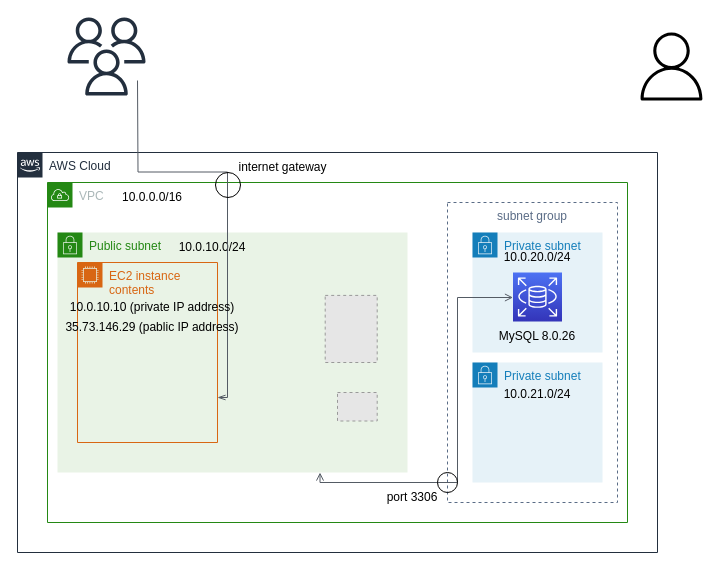
Before: Infrastructure.drawio in matsu1226/rails_sakisuru, a draw.io diagram. Source tidied: cells renumbered, new cells numbered last; positions are measured from the earlier drawing's top-left corner, leaving out a move shared by most shapes. Both pictures are drawn from the tidied source at 100%, with x=0, y=0 at pixel (17, 17). Pictures stored in the file or linked from it are replaced by grey dashed boxes.
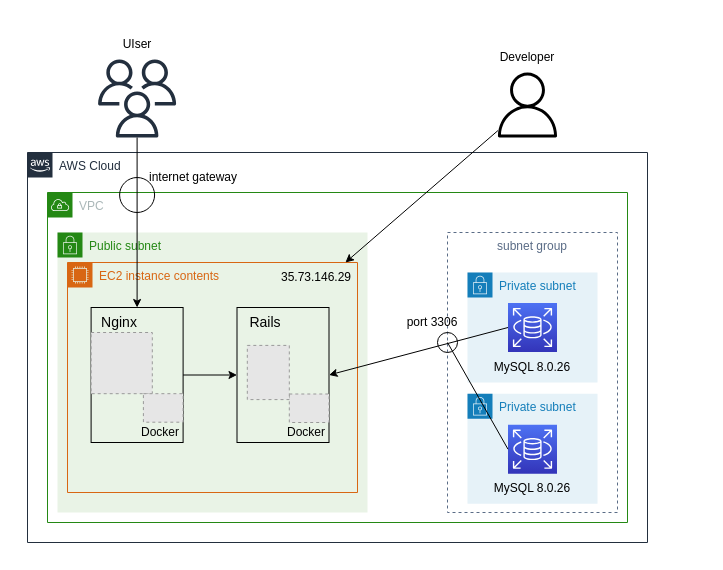
Above is the later version.

Commit message (it also covers changes not shown here):
AWSの設定完了/インフラ図とREADMEの作成 #27

What changed in the source:
```diff
@@
-    <mxCell id="2" value="AWS Cloud" style="gradientColor=none;html=1;whiteSpace=wrap;fontSize=12;fontStyle=0;shape=mxgraph.aws4.group;grIcon=mxgraph.aws4.group_aws_cloud_alt;strokeColor=#232F3E;fillColor=none;verticalAlign=top;align=left;spacingLeft=30;fontColor=#232F3E;dashed=0;" parent="1" vertex="1">
-      <mxGeometry y="135" width="640" height="400" as="geometry" />
+    <mxCell id="2" value="AWS Cloud" style="gradientColor=none;html=1;whiteSpace=wrap;fontSize=12;fontStyle=0;shape=mxgraph.aws4.group;grIcon=mxgraph.aws4.group_aws_cloud_alt;strokeColor=#232F3E;fillColor=none;verticalAlign=top;align=left;spacingLeft=30;fontColor=#232F3E;dashed=0;strokeWidth=1;" parent="1" vertex="1">
+      <mxGeometry x="10" y="135" width="620" height="390" as="geometry" />
     </mxCell>
     <mxCell id="3" value="VPC" style="gradientColor=none;html=1;whiteSpace=wrap;fontSize=12;fontStyle=0;shape=mxgraph.aws4.group;grIcon=mxgraph.aws4.group_vpc;strokeColor=#248814;fillColor=none;verticalAlign=top;align=left;spacingLeft=30;fontColor=#AAB7B8;dashed=0;" parent="1" vertex="1">
-      <mxGeometry x="30" y="165" width="580" height="340" as="geometry" />
+      <mxGeometry x="30" y="175" width="580" height="330" as="geometry" />
     </mxCell>
+    <mxCell id="5" value="Public subnet" style="points=[[0,0],[0.25,0],[0.5,0],[0.75,0],[1,0],[1,0.25],[1,0.5],[1,0.75],[1,1],[0.75,1],[0.5,1],[0.25,1],[0,1],[0,0.75],[0,0.5],[0,0.25]];outlineConnect=0;gradientColor=none;html=1;whiteSpace=wrap;fontSize=12;fontStyle=0;shape=mxgraph.aws4.group;grIcon=mxgraph.aws4.group_security_group;grStroke=0;strokeColor=#248814;fillColor=#E9F3E6;verticalAlign=top;align=left;spacingLeft=30;fontColor=#248814;dashed=0;" parent="1" vertex="1">
+      <mxGeometry x="40" y="215" width="310" height="280" as="geometry" />
+    </mxCell>
+    <mxCell id="19" value="EC2 instance contents" style="points=[[0,0],[0.25,0],[0.5,0],[0.75,0],[1,0],[1,0.25],[1,0.5],[1,0.75],[1,1],[0.75,1],[0.5,1],[0.25,1],[0,1],[0,0.75],[0,0.5],[0,0.25]];outlineConnect=0;gradientColor=none;html=1;whiteSpace=wrap;fontSize=12;fontStyle=0;shape=mxgraph.aws4.group;grIcon=mxgraph.aws4.group_ec2_instance_contents;strokeColor=#D86613;fillColor=none;verticalAlign=top;align=left;spacingLeft=30;fontColor=#D86613;dashed=0;" parent="1" vertex="1">
+      <mxGeometry x="50" y="245" width="290" height="230" as="geometry" />
+    </mxCell>
+    <mxCell id="21" value="&lt;font color=&quot;#000000&quot;&gt;35.73.146.29&lt;/font&gt;" style="text;html=1;strokeColor=none;fillColor=none;align=center;verticalAlign=middle;whiteSpace=wrap;rounded=0;" parent="1" vertex="1">
+      <mxGeometry x="258" y="245" width="82" height="30" as="geometry" />
+    </mxCell>
+    <mxCell id="27" style="rounded=0;whiteSpace=wrap;html=1;fillColor=none;strokeColor=#000000;" parent="1" vertex="1">
+      <mxGeometry x="73.6" y="290" width="92" height="135" as="geometry" />
+    </mxCell>
+    <mxCell id="28" style="rounded=0;whiteSpace=wrap;html=1;fillColor=none;strokeColor=#000000;" parent="1" vertex="1">
+      <mxGeometry x="219.5" y="290" width="92" height="135" as="geometry" />
+    </mxCell>
     <mxCell id="4" value="subnet group" style="fillColor=none;strokeColor=#5A6C86;dashed=1;verticalAlign=top;fontStyle=0;fontColor=#5A6C86;" parent="1" vertex="1">
-      <mxGeometry x="430" y="185" width="170" height="300" as="geometry" />
+      <mxGeometry x="430" y="215" width="170" height="280" as="geometry" />
     </mxCell>
-    <mxCell id="5" value="Public subnet" style="points=[[0,0],[0.25,0],[0.5,0],[0.75,0],[1,0],[1,0.25],[1,0.5],[1,0.75],[1,1],[0.75,1],[0.5,1],[0.25,1],[0,1],[0,0.75],[0,0.5],[0,0.25]];outlineConnect=0;gradientColor=none;html=1;whiteSpace=wrap;fontSize=12;fontStyle=0;shape=mxgraph.aws4.group;grIcon=mxgraph.aws4.group_security_group;grStroke=0;strokeColor=#248814;fillColor=#E9F3E6;verticalAlign=top;align=left;spacingLeft=30;fontColor=#248814;dashed=0;" parent="1" vertex="1">
-      <mxGeometry x="40" y="215" width="350" height="240" as="geometry" />
-    </mxCell>
     <mxCell id="6" value="Private subnet" style="gradientColor=none;html=1;whiteSpace=wrap;fontSize=12;fontStyle=0;shape=mxgraph.aws4.group;grIcon=mxgraph.aws4.group_security_group;grStroke=0;strokeColor=#147EBA;fillColor=#E6F2F8;verticalAlign=top;align=left;spacingLeft=30;fontColor=#147EBA;dashed=0;" parent="1" vertex="1">
-      <mxGeometry x="455" y="215" width="130" height="120" as="geometry" />
+      <mxGeometry x="450" y="255" width="130" height="110" as="geometry" />
     </mxCell>
     <mxCell id="7" style="outlineConnect=0;fontColor=#232F3E;gradientColor=none;fillColor=#000000;strokeColor=none;dashed=0;verticalLabelPosition=bottom;verticalAlign=top;align=center;html=1;fontSize=12;fontStyle=0;shape=mxgraph.aws4.user;" parent="1" vertex="1">
-      <mxGeometry x="620" y="15" width="68" height="68" as="geometry" />
+      <mxGeometry x="477.5" y="55" width="65" height="65" as="geometry" />
     </mxCell>
     <mxCell id="8" style="fillColor=#E6E6E6;strokeColor=#999999;dashed=1;verticalLabelPosition=bottom;labelBackgroundColor=#ffffff;verticalAlign=top;" parent="1" vertex="1">
-      <mxGeometry x="320" y="375" width="39.7" height="28.5" as="geometry" />
+      <mxGeometry x="271.8" y="376.5" width="39.7" height="28.5" as="geometry" />
     </mxCell>
     <mxCell id="9" style="fillColor=#E6E6E6;strokeColor=#999999;dashed=1;verticalLabelPosition=bottom;labelBackgroundColor=#ffffff;verticalAlign=top;" parent="1" vertex="1">
-      <mxGeometry x="307.7" y="277.9" width="52" height="67.1" as="geometry" />
+      <mxGeometry x="229.8" y="327.9" width="42" height="54.2" as="geometry" />
     </mxCell>
-    <mxCell id="10" value="&lt;font color=&quot;#000000&quot;&gt;10.0.0.0/16&lt;/font&gt;" style="text;html=1;strokeColor=none;fillColor=none;align=center;verticalAlign=middle;whiteSpace=wrap;rounded=0;" parent="1" vertex="1">
-      <mxGeometry x="90" y="165" width="90" height="30" as="geometry" />
-    </mxCell>
-    <mxCell id="11" value="&lt;font color=&quot;#000000&quot;&gt;10.0.10.0/24&lt;/font&gt;" style="text;html=1;strokeColor=none;fillColor=none;align=center;verticalAlign=middle;whiteSpace=wrap;rounded=0;" parent="1" vertex="1">
-      <mxGeometry x="150" y="215" width="90" height="30" as="geometry" />
-    </mxCell>
-    <mxCell id="12" value="&lt;font color=&quot;#000000&quot;&gt;10.0.20.0/24&lt;/font&gt;" style="text;html=1;strokeColor=none;fillColor=none;align=center;verticalAlign=middle;whiteSpace=wrap;rounded=0;" parent="1" vertex="1">
-      <mxGeometry x="475" y="225" width="90" height="30" as="geometry" />
-    </mxCell>
-    <mxCell id="13" style="edgeStyle=orthogonalEdgeStyle;html=1;endArrow=openThin;elbow=vertical;startArrow=none;endFill=0;strokeColor=#545B64;rounded=0;entryX=1;entryY=0.75;entryDx=0;entryDy=0;" parent="1" edge="1" target="19">
-      <mxGeometry relative="1" as="geometry">
-        <mxPoint x="120" y="63" as="sourcePoint" />
-      </mxGeometry>
-    </mxCell>
     <mxCell id="14" value="&lt;font color=&quot;#000000&quot;&gt;internet gateway&lt;/font&gt;" style="text;html=1;strokeColor=none;fillColor=none;align=center;verticalAlign=middle;whiteSpace=wrap;rounded=0;" parent="1" vertex="1">
-      <mxGeometry x="180" y="135" width="171" height="30" as="geometry" />
+      <mxGeometry x="125.9" y="145" width="100" height="30" as="geometry" />
     </mxCell>
     <mxCell id="15" value="Private subnet" style="gradientColor=none;html=1;whiteSpace=wrap;fontSize=12;fontStyle=0;shape=mxgraph.aws4.group;grIcon=mxgraph.aws4.group_security_group;grStroke=0;strokeColor=#147EBA;fillColor=#E6F2F8;verticalAlign=top;align=left;spacingLeft=30;fontColor=#147EBA;dashed=0;" parent="1" vertex="1">
-      <mxGeometry x="455" y="345" width="130" height="120" as="geometry" />
+      <mxGeometry x="450" y="376.2" width="130" height="110" as="geometry" />
     </mxCell>
-    <mxCell id="16" value="&lt;font color=&quot;#000000&quot;&gt;10.0.21.0/24&lt;/font&gt;" style="text;html=1;strokeColor=none;fillColor=none;align=center;verticalAlign=middle;whiteSpace=wrap;rounded=0;" parent="1" vertex="1">
-      <mxGeometry x="475" y="362.1" width="90" height="30" as="geometry" />
-    </mxCell>
-    <mxCell id="17" style="edgeStyle=orthogonalEdgeStyle;html=1;endArrow=open;elbow=vertical;startArrow=open;startFill=0;endFill=0;strokeColor=#545B64;rounded=0;exitX=0.75;exitY=1;exitDx=0;exitDy=0;" parent="1" edge="1" source="5" target="24">
-      <mxGeometry relative="1" as="geometry">
-        <Array as="points">
-          <mxPoint x="303" y="465" />
-          <mxPoint x="440" y="465" />
-          <mxPoint x="440" y="280" />
-        </Array>
-      </mxGeometry>
-    </mxCell>
     <mxCell id="18" value="&lt;font color=&quot;#000000&quot;&gt;port 3306&lt;/font&gt;" style="text;html=1;strokeColor=none;fillColor=none;align=center;verticalAlign=middle;whiteSpace=wrap;rounded=0;" parent="1" vertex="1">
-      <mxGeometry x="350" y="465" width="90" height="30" as="geometry" />
+      <mxGeometry x="370" y="290" width="90" height="30" as="geometry" />
     </mxCell>
-    <mxCell id="19" value="EC2 instance contents" style="points=[[0,0],[0.25,0],[0.5,0],[0.75,0],[1,0],[1,0.25],[1,0.5],[1,0.75],[1,1],[0.75,1],[0.5,1],[0.25,1],[0,1],[0,0.75],[0,0.5],[0,0.25]];outlineConnect=0;gradientColor=none;html=1;whiteSpace=wrap;fontSize=12;fontStyle=0;shape=mxgraph.aws4.group;grIcon=mxgraph.aws4.group_ec2_instance_contents;strokeColor=#D86613;fillColor=none;verticalAlign=top;align=left;spacingLeft=30;fontColor=#D86613;dashed=0;" parent="1" vertex="1">
-      <mxGeometry x="60" y="245" width="140" height="180" as="geometry" />
-    </mxCell>
-    <mxCell id="20" value="&lt;font color=&quot;#000000&quot;&gt;10.0.10.10 (private IP address)&lt;/font&gt;" style="text;html=1;strokeColor=none;fillColor=none;align=center;verticalAlign=middle;whiteSpace=wrap;rounded=0;" parent="1" vertex="1">
-      <mxGeometry x="45" y="275" width="180" height="30" as="geometry" />
-    </mxCell>
-    <mxCell id="21" value="&lt;font color=&quot;#000000&quot;&gt;35.73.146.29 (pablic IP address)&lt;/font&gt;" style="text;html=1;strokeColor=none;fillColor=none;align=center;verticalAlign=middle;whiteSpace=wrap;rounded=0;" parent="1" vertex="1">
-      <mxGeometry x="45" y="295" width="180" height="30" as="geometry" />
-    </mxCell>
     <mxCell id="22" style="outlineConnect=0;fontColor=#232F3E;gradientColor=none;fillColor=#232F3E;strokeColor=none;dashed=0;verticalLabelPosition=bottom;verticalAlign=top;align=center;html=1;fontSize=12;fontStyle=0;shape=mxgraph.aws4.users;" parent="1" vertex="1">
-      <mxGeometry x="50" width="78" height="78" as="geometry" />
+      <mxGeometry x="80.6" y="42" width="78" height="78" as="geometry" />
     </mxCell>
     <mxCell id="23" style="ellipse;whiteSpace=wrap;html=1;fillColor=none;strokeColor=#000000;" parent="1" vertex="1">
-      <mxGeometry x="198" y="155" width="25" height="25" as="geometry" />
+      <mxGeometry x="102.1" y="160" width="35" height="35" as="geometry" />
     </mxCell>
     <mxCell id="24" style="points=[[0,0,0],[0.25,0,0],[0.5,0,0],[0.75,0,0],[1,0,0],[0,1,0],[0.25,1,0],[0.5,1,0],[0.75,1,0],[1,1,0],[0,0.25,0],[0,0.5,0],[0,0.75,0],[1,0.25,0],[1,0.5,0],[1,0.75,0]];outlineConnect=0;fontColor=#232F3E;gradientColor=#4D72F3;gradientDirection=north;fillColor=#3334B9;strokeColor=#ffffff;dashed=0;verticalLabelPosition=bottom;verticalAlign=top;align=center;html=1;fontSize=12;fontStyle=0;shape=mxgraph.aws4.resourceIcon;resIcon=mxgraph.aws4.rds;" parent="1" vertex="1">
-      <mxGeometry x="495.5" y="255" width="49" height="49" as="geometry" />
+      <mxGeometry x="490.5" y="285.5" width="49" height="49" as="geometry" />
     </mxCell>
     <mxCell id="25" value="&lt;font color=&quot;#000000&quot;&gt;MySQL 8.0.26&lt;/font&gt;" style="text;html=1;strokeColor=none;fillColor=none;align=center;verticalAlign=middle;whiteSpace=wrap;rounded=0;" parent="1" vertex="1">
-      <mxGeometry x="475" y="304" width="90" height="30" as="geometry" />
+      <mxGeometry x="470" y="335" width="90" height="30" as="geometry" />
     </mxCell>
     <mxCell id="26" style="ellipse;whiteSpace=wrap;html=1;fillColor=none;strokeColor=#000000;" parent="1" vertex="1">
-      <mxGeometry x="420" y="455" width="20" height="20" as="geometry" />
+      <mxGeometry x="420" y="315" width="20" height="20" as="geometry" />
     </mxCell>
+    <mxCell id="29" style="points=[[0,0,0],[0.25,0,0],[0.5,0,0],[0.75,0,0],[1,0,0],[0,1,0],[0.25,1,0],[0.5,1,0],[0.75,1,0],[1,1,0],[0,0.25,0],[0,0.5,0],[0,0.75,0],[1,0.25,0],[1,0.5,0],[1,0.75,0]];outlineConnect=0;fontColor=#232F3E;gradientColor=#4D72F3;gradientDirection=north;fillColor=#3334B9;strokeColor=#ffffff;dashed=0;verticalLabelPosition=bottom;verticalAlign=top;align=center;html=1;fontSize=12;fontStyle=0;shape=mxgraph.aws4.resourceIcon;resIcon=mxgraph.aws4.rds;" parent="1" vertex="1">
+      <mxGeometry x="490.5" y="407.2" width="49" height="49" as="geometry" />
+    </mxCell>
+    <mxCell id="30" value="&lt;font color=&quot;#000000&quot;&gt;MySQL 8.0.26&lt;/font&gt;" style="text;html=1;strokeColor=none;fillColor=none;align=center;verticalAlign=middle;whiteSpace=wrap;rounded=0;" parent="1" vertex="1">
+      <mxGeometry x="470" y="456.2" width="90" height="30" as="geometry" />
+    </mxCell>
+    <mxCell id="31" style="fillColor=#E6E6E6;strokeColor=#999999;dashed=1;verticalLabelPosition=bottom;labelBackgroundColor=#ffffff;verticalAlign=top;" parent="1" vertex="1">
+      <mxGeometry x="73.6" y="315" width="61.2" height="61.2" as="geometry" />
+    </mxCell>
+    <mxCell id="32" style="endArrow=classic;html=1;exitX=1;exitY=0.5;exitDx=0;exitDy=0;fillColor=#000000;strokeColor=#000000;entryX=0;entryY=0.5;entryDx=0;entryDy=0;" parent="1" edge="1" source="27" target="28">
+      <mxGeometry relative="1" as="geometry" />
+    </mxCell>
+    <mxCell id="33" style="fillColor=#E6E6E6;strokeColor=#999999;dashed=1;verticalLabelPosition=bottom;labelBackgroundColor=#ffffff;verticalAlign=top;" parent="1" vertex="1">
+      <mxGeometry x="125.9" y="376.2" width="39.7" height="28.5" as="geometry" />
+    </mxCell>
+    <mxCell id="34" value="&lt;font color=&quot;#000000&quot; style=&quot;font-size: 14px;&quot;&gt;Nginx&lt;/font&gt;" style="text;html=1;strokeColor=none;fillColor=none;align=center;verticalAlign=middle;whiteSpace=wrap;rounded=0;fontSize=14;" parent="1" vertex="1">
+      <mxGeometry x="73.6" y="290" width="56.4" height="30" as="geometry" />
+    </mxCell>
+    <mxCell id="35" value="&lt;font color=&quot;#000000&quot;&gt;Docker&lt;/font&gt;" style="text;html=1;strokeColor=none;fillColor=none;align=center;verticalAlign=middle;whiteSpace=wrap;rounded=0;" parent="1" vertex="1">
+      <mxGeometry x="120" y="405" width="45.6" height="20" as="geometry" />
+    </mxCell>
+    <mxCell id="36" value="&lt;font color=&quot;#000000&quot;&gt;Docker&lt;/font&gt;" style="text;html=1;strokeColor=none;fillColor=none;align=center;verticalAlign=middle;whiteSpace=wrap;rounded=0;" parent="1" vertex="1">
+      <mxGeometry x="265.9" y="404.7" width="45.6" height="20" as="geometry" />
+    </mxCell>
+    <mxCell id="37" style="edgeStyle=none;html=1;exitX=0.5;exitY=1;exitDx=0;exitDy=0;endArrow=none;" parent="1" edge="1" source="8" target="36">
+      <mxGeometry relative="1" as="geometry" />
+    </mxCell>
+    <mxCell id="38" value="&lt;font color=&quot;#000000&quot; style=&quot;font-size: 14px&quot;&gt;Rails&lt;/font&gt;" style="text;html=1;strokeColor=none;fillColor=none;align=center;verticalAlign=middle;whiteSpace=wrap;rounded=0;fontSize=14;" parent="1" vertex="1">
+      <mxGeometry x="219.5" y="290" width="56.4" height="30" as="geometry" />
+    </mxCell>
+    <mxCell id="39" style="endArrow=classic;html=1;fillColor=#000000;strokeColor=#000000;" parent="1" edge="1" source="22" target="27">
+      <mxGeometry relative="1" as="geometry" />
+    </mxCell>
+    <mxCell id="40" value="&lt;font color=&quot;#000000&quot;&gt;UIser&lt;/font&gt;" style="text;html=1;strokeColor=none;fillColor=none;align=center;verticalAlign=middle;whiteSpace=wrap;rounded=0;" parent="1" vertex="1">
+      <mxGeometry x="69.6" y="12" width="100" height="30" as="geometry" />
+    </mxCell>
+    <mxCell id="41" value="&lt;font color=&quot;#000000&quot;&gt;Developer&lt;/font&gt;" style="text;html=1;strokeColor=none;fillColor=none;align=center;verticalAlign=middle;whiteSpace=wrap;rounded=0;" parent="1" vertex="1">
+      <mxGeometry x="460" y="25" width="100" height="30" as="geometry" />
+    </mxCell>
+    <mxCell id="42" style="endArrow=classic;html=1;fillColor=#000000;strokeColor=#000000;" parent="1" edge="1" source="7" target="19">
+      <mxGeometry relative="1" as="geometry" />
+    </mxCell>
+    <mxCell id="43" style="endArrow=classic;html=1;fillColor=#000000;strokeColor=#000000;exitX=0;exitY=0.5;exitDx=0;exitDy=0;exitPerimeter=0;entryX=1;entryY=0.5;entryDx=0;entryDy=0;" parent="1" edge="1" source="24" target="28">
+      <mxGeometry relative="1" as="geometry" />
+    </mxCell>
+    <mxCell id="44" style="endArrow=none;html=1;fontSize=12;strokeColor=#000000;entryX=0;entryY=0.5;entryDx=0;entryDy=0;entryPerimeter=0;" parent="1" edge="1" target="29">
+      <mxGeometry relative="1" as="geometry">
+        <mxPoint x="430" y="325" as="sourcePoint" />
+      </mxGeometry>
+    </mxCell>
```
